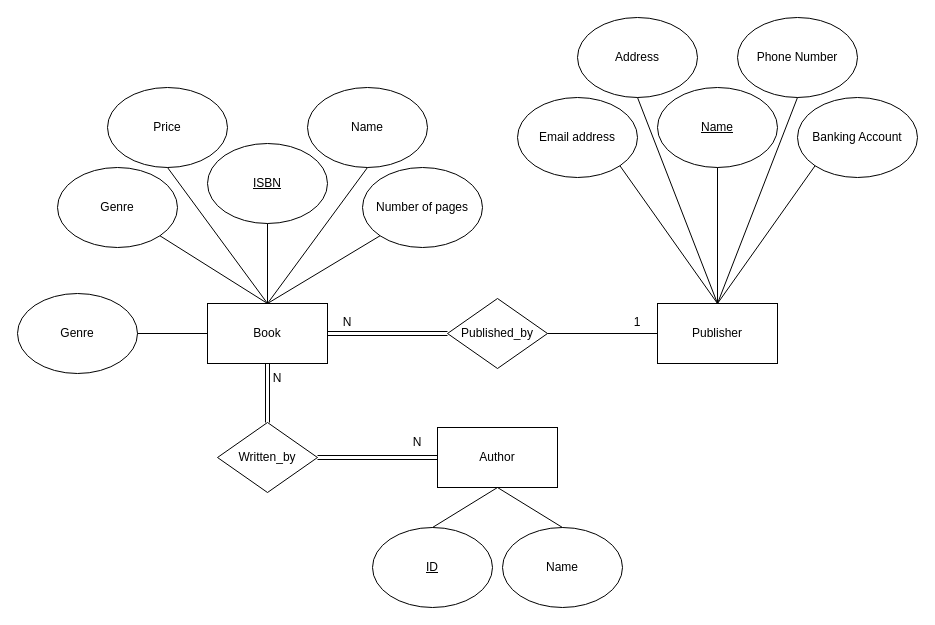
This is BookStoreER.drawio from Dylanhism/BookStore, a draw.io file, before an edit. Source tidied: cells renumbered, new cells numbered last; positions are measured from the earlier drawing's top-left corner, leaving out a move shared by most shapes. Both pictures are drawn from the tidied source at 100%, with x=0, y=0 at pixel (17, 17).
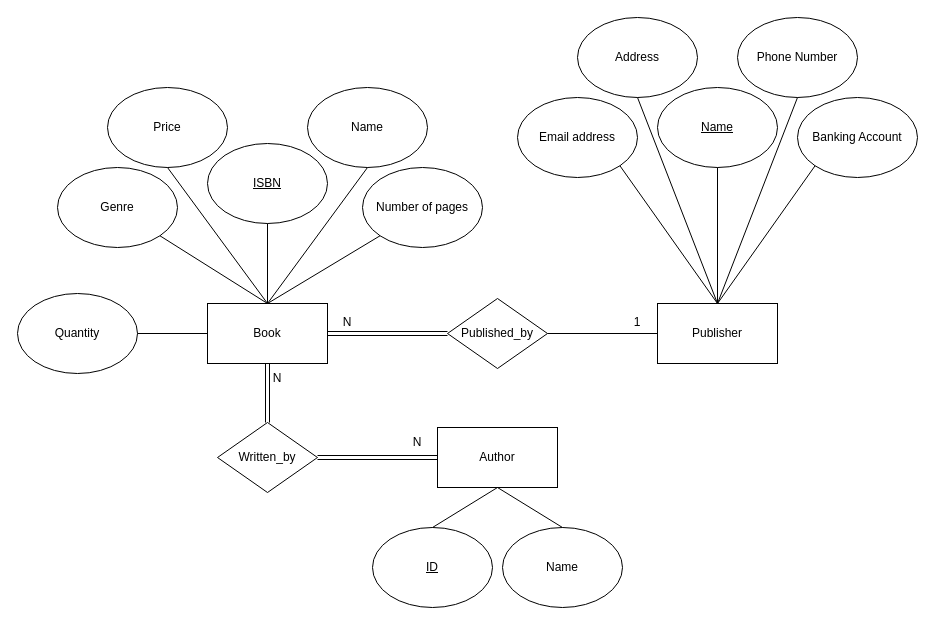
The same diagram, later.

Commit message:
rename attribute to quantity for Book in BookStoreER.drawio

What changed in the source:
```diff
@@
-    <mxCell id="39" value="Genre" style="ellipse;whiteSpace=wrap;html=1;" parent="1" vertex="1">
+    <mxCell id="39" value="Quantity" style="ellipse;whiteSpace=wrap;html=1;" parent="1" vertex="1">
       <mxGeometry y="276" width="120" height="80" as="geometry" />
     </mxCell>
```
